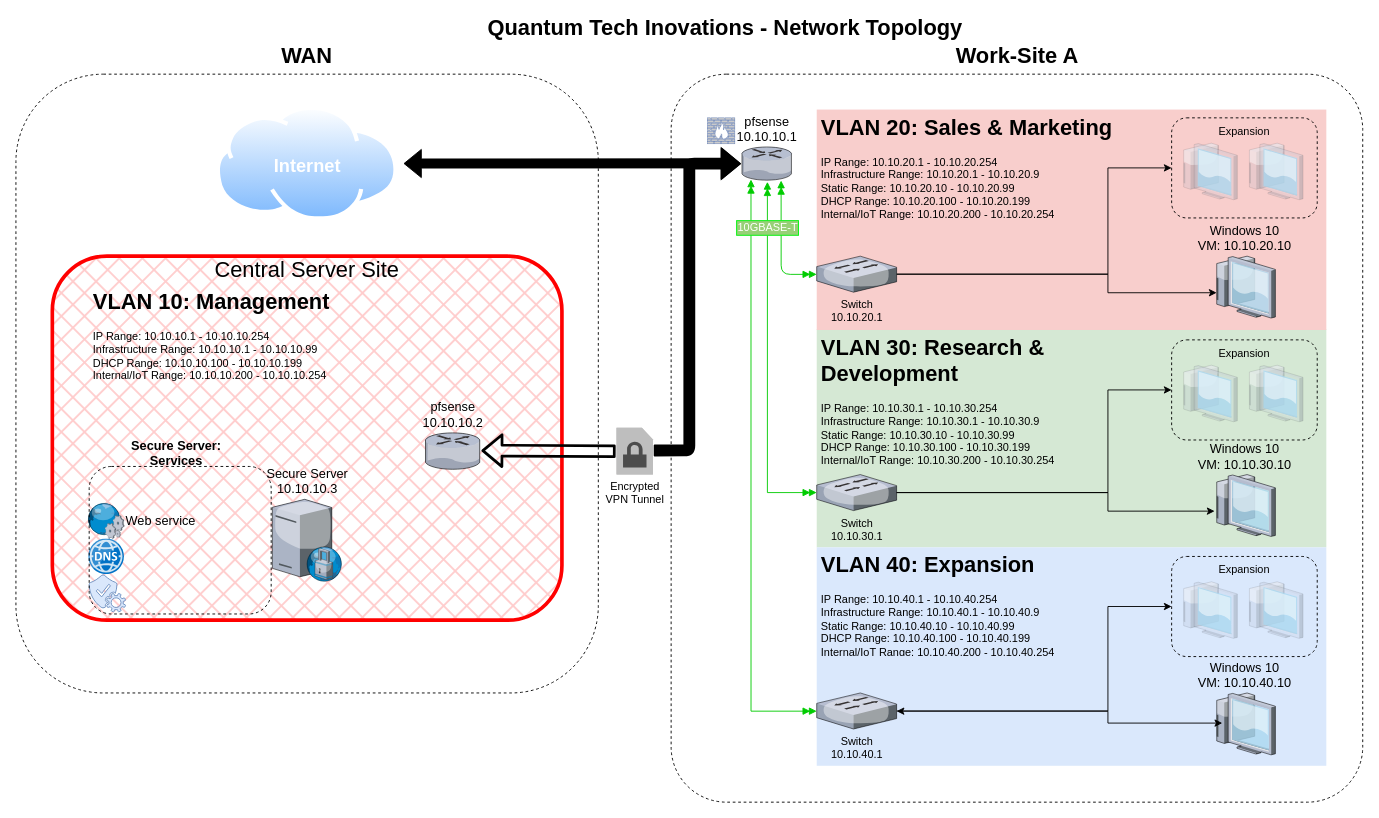
JingLbyte/documentation keeps this draw.io diagram as initial.drawio. Above is the earlier version. Source tidied: cells renumbered, new cells numbered last; positions are measured from the earlier drawing's top-left corner, leaving out a move shared by most shapes. Both pictures are drawn from the tidied source at 91%, with x=0, y=0 at pixel (15, 19).
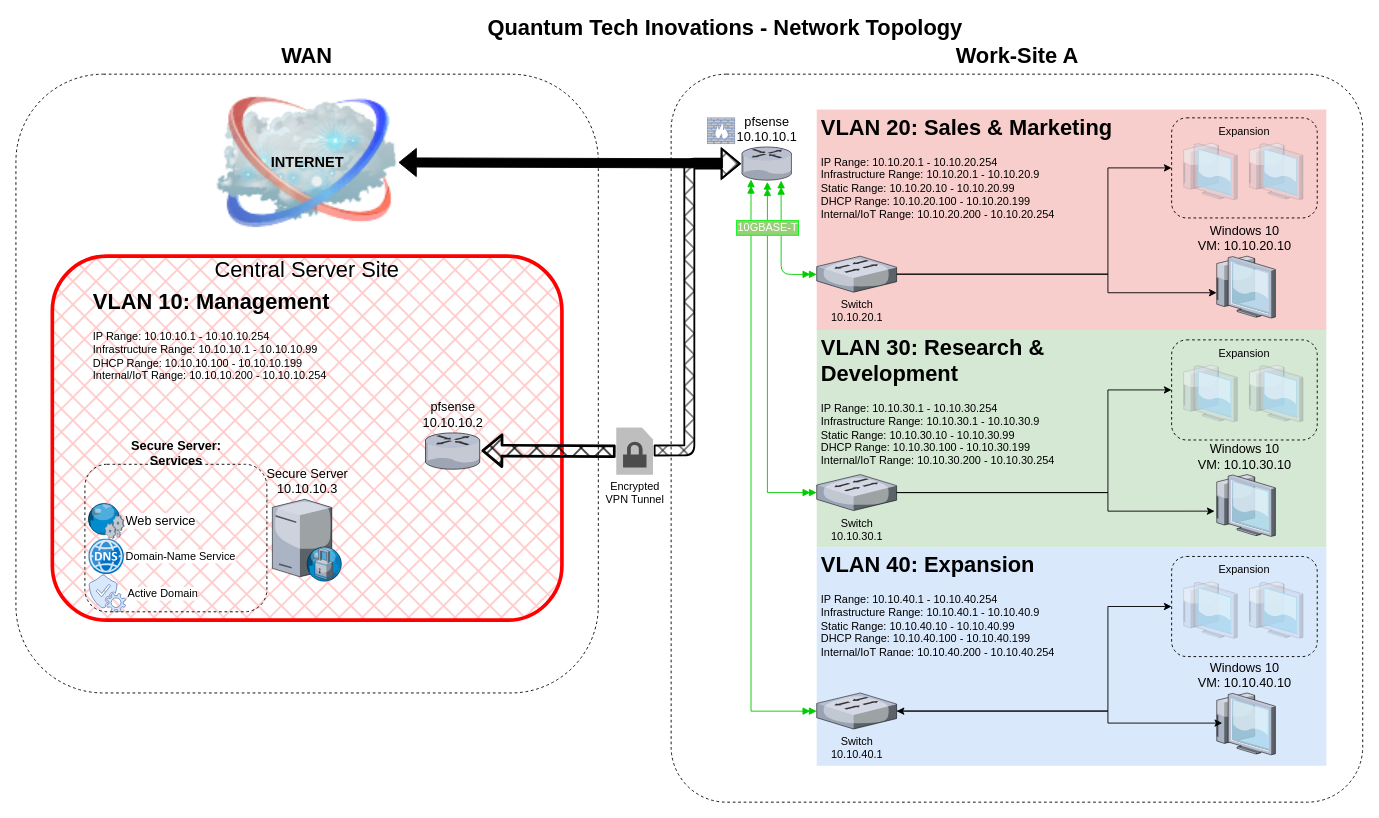
The same page after the edit.

The change refers to these unchanged cells:
```xml
<mxCell id="2" style="group;" parent="1" vertex="1">
  <mxGeometry x="40" y="260" width="600" height="480" as="geometry" />
</mxCell>
<mxCell id="5" value="pfsense&lt;br&gt;10.10.10.2" style="verticalLabelPosition=top;html=1;verticalAlign=bottom;strokeColor=none;shape=mxgraph.citrix.router;fillColor=#66B2FF;gradientColor=#0066CC;fontSize=14;labelPosition=center;align=center;" parent="2" vertex="1">
  <mxGeometry x="410" y="194.2" width="60.3" height="40" as="geometry" />
</mxCell>
<mxCell id="20" value="pfsense&lt;br&gt;10.10.10.1" style="verticalLabelPosition=top;html=1;verticalAlign=bottom;strokeColor=none;shape=mxgraph.citrix.router;fillColor=#66B2FF;gradientColor=#0066CC;fontSize=14;labelPosition=center;align=center;" parent="1" vertex="1">
  <mxGeometry x="797.8" y="140" width="55" height="36.5" as="geometry" />
</mxCell>
<mxCell id="58" value="Encrypted &lt;br&gt;VPN Tunnel" style="outlineConnect=0;dashed=0;verticalLabelPosition=bottom;verticalAlign=top;align=center;html=1;shape=mxgraph.aws3.encrypted_data;fillColor=#7D7C7C;gradientColor=none;labelPosition=center;" parent="1" vertex="1">
  <mxGeometry x="660" y="448.5" width="40" height="51.5" as="geometry" />
</mxCell>
```

Change to the diagram source:
```diff
@@
-    <mxCell id="9" style="sketch=0;shadow=0;dashed=0;html=1;strokeColor=#6c8ebf;fillColor=#dae8fc;labelPosition=center;verticalLabelPosition=bottom;verticalAlign=top;align=center;shape=mxgraph.office.services.verification_service;" parent="2" vertex="1">
+    <mxCell id="9" value="Active Domain" style="sketch=0;shadow=0;dashed=0;html=1;strokeColor=#6c8ebf;fillColor=#dae8fc;labelPosition=right;verticalLabelPosition=middle;verticalAlign=middle;align=left;shape=mxgraph.office.services.verification_service;labelBackgroundColor=default;" parent="2" vertex="1">
       <mxGeometry x="40.5" y="350.1" width="40" height="40.8" as="geometry" />
     </mxCell>
-    <mxCell id="10" value="Web service" style="verticalLabelPosition=middle;html=1;verticalAlign=middle;strokeColor=none;shape=mxgraph.citrix.web_service;fillColor=#66B2FF;gradientColor=#0066CC;fontSize=14;labelPosition=right;align=left;" parent="2" vertex="1">
+    <mxCell id="10" value="Web service" style="verticalLabelPosition=middle;html=1;verticalAlign=middle;strokeColor=none;shape=mxgraph.citrix.web_service;fillColor=#66B2FF;gradientColor=#0066CC;fontSize=14;labelPosition=right;align=left;labelBackgroundColor=default;" parent="2" vertex="1">
       <mxGeometry x="38" y="271.1" width="41.2" height="39.2" as="geometry" />
     </mxCell>
-    <mxCell id="11" style="image;sketch=0;html=1;align=center;fontSize=12;image=img/lib/mscae/DNS.svg;" parent="2" vertex="1">
+    <mxCell id="11" value="Domain-Name Service" style="image;sketch=0;html=1;align=left;fontSize=12;image=img/lib/mscae/DNS.svg;labelPosition=right;verticalLabelPosition=middle;verticalAlign=middle;" parent="2" vertex="1">
       <mxGeometry x="40" y="310.7" width="39.2" height="39.2" as="geometry" />
     </mxCell>
+    <mxCell id="13" value="Central Server Site" style="text;html=1;strokeColor=none;fillColor=none;align=center;verticalAlign=middle;whiteSpace=wrap;rounded=0;fontSize=24;" parent="2" vertex="1">
+      <mxGeometry x="175.9" width="208.2" height="30" as="geometry" />
+    </mxCell>
     <mxCell id="12" style="rounded=1;whiteSpace=wrap;html=1;fillColor=none;dashed=1;" parent="2" vertex="1">
-      <mxGeometry x="40.5" y="231.1" width="200" height="162.1" as="geometry" />
+      <mxGeometry x="35.8" y="228.7" width="200" height="162.1" as="geometry" />
     </mxCell>
-    <mxCell id="13" value="Central Server Site" style="text;html=1;strokeColor=none;fillColor=none;align=center;verticalAlign=middle;whiteSpace=wrap;rounded=0;fontSize=24;" parent="2" vertex="1">
-      <mxGeometry x="175.9" width="208.2" height="30" as="geometry" />
-    </mxCell>
@@
-    <mxCell id="24" style="shape=flexArrow;endArrow=classic;startArrow=none;html=1;rounded=1;strokeWidth=2;edgeStyle=orthogonalEdgeStyle;entryX=-0.024;entryY=0.502;entryDx=0;entryDy=0;entryPerimeter=0;exitX=1.022;exitY=0.486;exitDx=0;exitDy=0;exitPerimeter=0;startFill=0;fillColor=#000000;" parent="1" edge="1" source="58" target="20">
+    <mxCell id="24" style="shape=flexArrow;endArrow=classic;startArrow=none;html=1;rounded=1;strokeWidth=2;edgeStyle=orthogonalEdgeStyle;entryX=-0.024;entryY=0.502;entryDx=0;entryDy=0;entryPerimeter=0;exitX=1.022;exitY=0.486;exitDx=0;exitDy=0;exitPerimeter=0;startFill=0;fillColor=#000000;fillStyle=cross-hatch;" parent="1" edge="1" source="58" target="20">
       <mxGeometry relative="1" as="geometry">
         <Array as="points">
           <mxPoint x="740" y="474" />
           <mxPoint x="740" y="158" />
         </Array>
       </mxGeometry>
     </mxCell>
@@
-    <mxCell id="59" style="shape=flexArrow;endArrow=none;startArrow=classic;html=1;rounded=1;endFill=0;targetPerimeterSpacing=0;sourcePerimeterSpacing=6;strokeWidth=1;endSize=0;startSize=6;fillColor=#000000;" parent="1" edge="1" source="60">
+    <mxCell id="59" style="shape=flexArrow;endArrow=none;startArrow=classic;html=1;rounded=1;endFill=0;targetPerimeterSpacing=0;sourcePerimeterSpacing=6;strokeWidth=1;endSize=0;startSize=6;fillColor=#000000;exitX=1;exitY=0.5;exitDx=0;exitDy=0;" parent="1" edge="1" source="62">
       <mxGeometry relative="1" as="geometry">
-        <mxPoint x="780" y="158" as="targetPoint" />
+        <mxPoint x="777" y="158" as="targetPoint" />
       </mxGeometry>
     </mxCell>
-    <mxCell id="60" value="Internet" style="image;perimeter=ellipsePerimeter;html=1;align=center;shadow=0;dashed=0;spacingTop=3;image=img/lib/active_directory/internet_cloud.svg;labelPosition=center;verticalLabelPosition=middle;verticalAlign=middle;labelBackgroundColor=none;fontColor=#FFFFFF;fontSize=20;fontStyle=1;" parent="1" vertex="1">
-      <mxGeometry x="220" y="95.2" width="200" height="126" as="geometry" />
-    </mxCell>
-    <mxCell id="61" style="shape=flexArrow;endArrow=none;startArrow=classic;html=1;rounded=1;strokeWidth=3;entryX=-0.024;entryY=0.502;entryDx=0;entryDy=0;entryPerimeter=0;exitX=1.022;exitY=0.486;exitDx=0;exitDy=0;exitPerimeter=0;endFill=0;" parent="1" edge="1" source="5" target="58">
+    <mxCell id="61" style="shape=flexArrow;endArrow=none;startArrow=classic;html=1;rounded=1;strokeWidth=3;entryX=-0.024;entryY=0.502;entryDx=0;entryDy=0;entryPerimeter=0;exitX=1.022;exitY=0.486;exitDx=0;exitDy=0;exitPerimeter=0;endFill=0;fillColor=#000000;fillStyle=cross-hatch;" parent="1" edge="1" source="5" target="58">
       <mxGeometry relative="1" as="geometry" />
     </mxCell>
+    <mxCell id="62" value="INTERNET" style="image;html=1;image=img/lib/clip_art/networking/Cloud_128x128.png;labelPosition=center;verticalLabelPosition=middle;align=center;verticalAlign=middle;fontStyle=1;fontSize=16;labelBackgroundColor=none;" parent="1" vertex="1">
+      <mxGeometry x="219.4" y="84" width="201.1" height="146" as="geometry" />
+    </mxCell>
```
